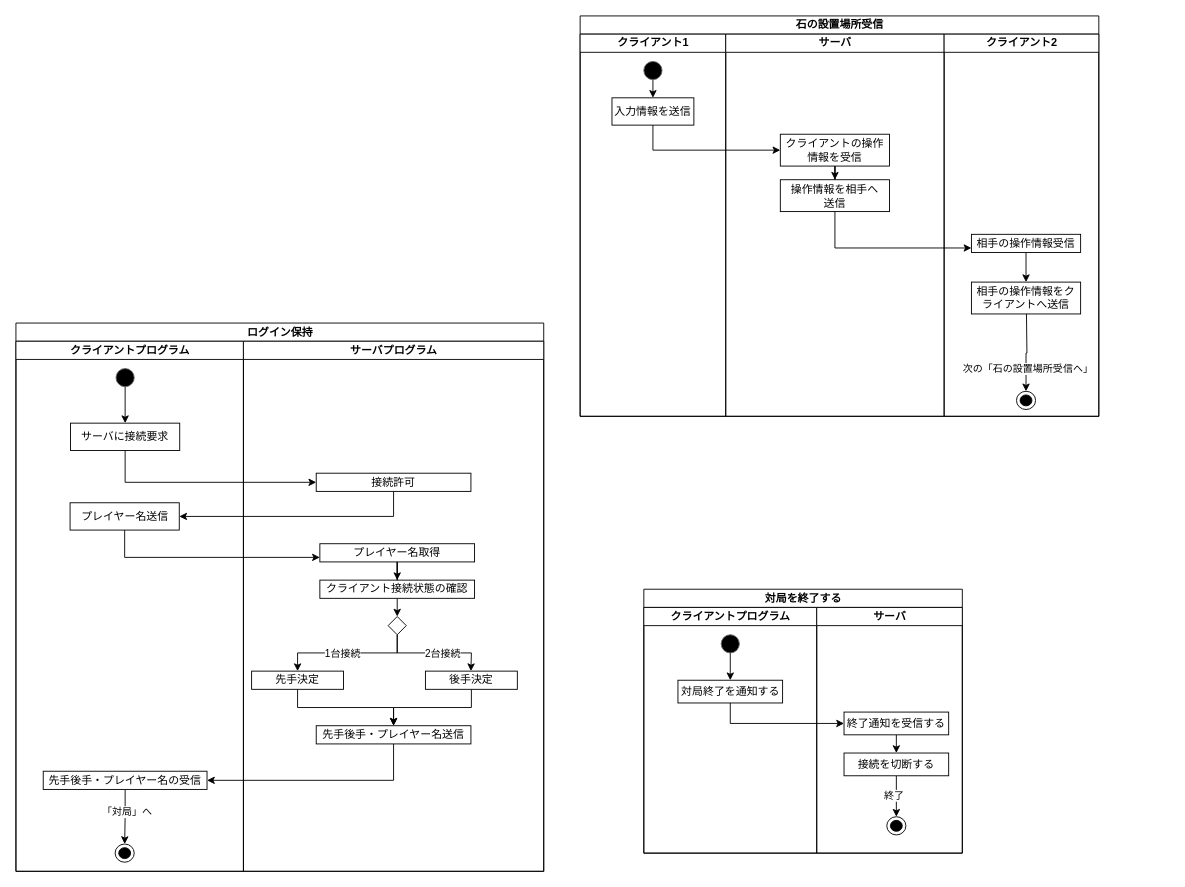
This is 要求仕様書/activity_server_tsuji.drawio from ynuOthello2025-group9/YNU_Othello, a draw.io file, before an edit. Source tidied: cells renumbered, new cells numbered last; positions are measured from the earlier drawing's top-left corner, leaving out a move shared by most shapes. Both pictures are drawn from the tidied source at 91%, with x=0, y=0 at pixel (15, 15).
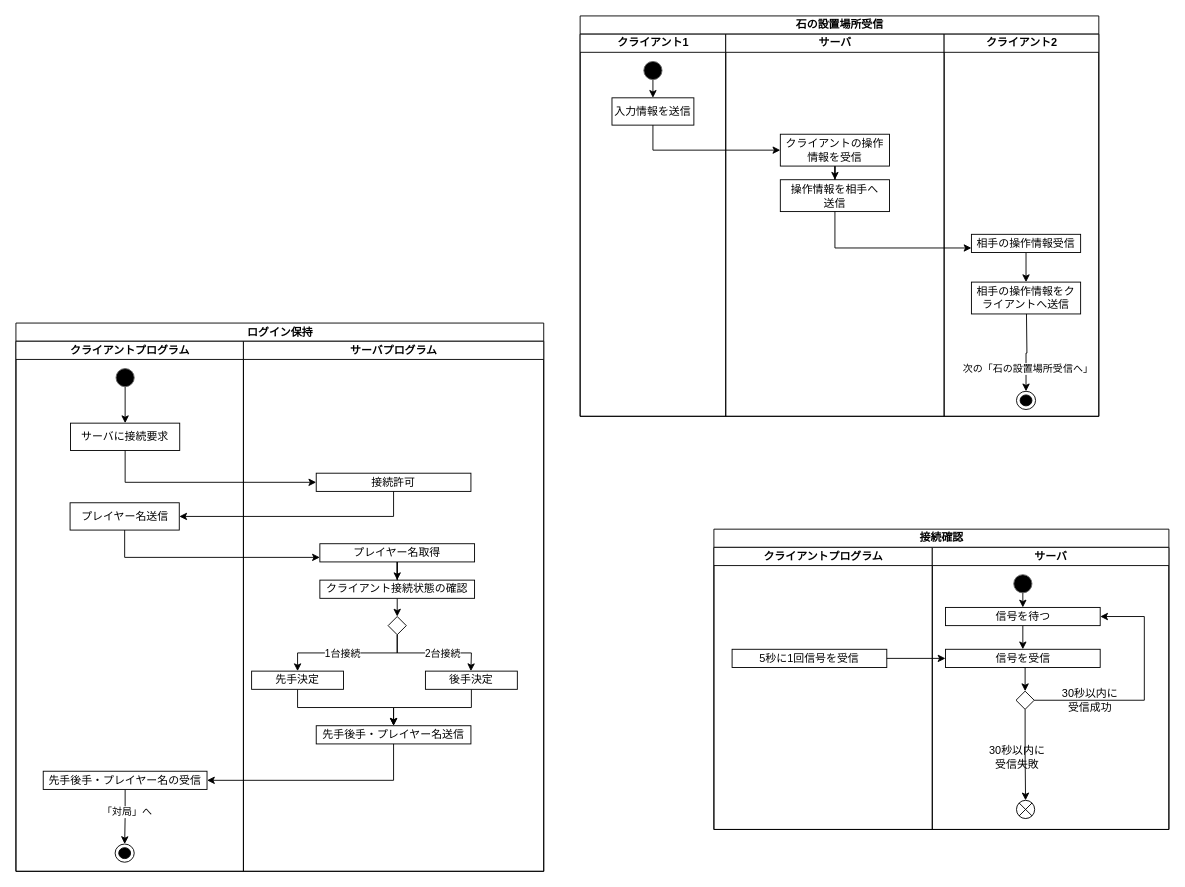
Above is the later version.

Diff of the diagram source:
```diff
@@
-    <mxCell id="50" value="対局を終了する" style="swimlane;startSize=20;html=1;" parent="1" vertex="1">
-      <mxGeometry x="690" y="630" width="350" height="290" as="geometry" />
-    </mxCell>
+    <mxCell id="63" value="接続確認" style="swimlane;startSize=20;html=1;" parent="1" vertex="1">
+      <mxGeometry x="767" y="564" width="500" height="330" as="geometry" />
+    </mxCell>
-    <mxCell id="51" value="クライアントプログラム" style="swimlane;startSize=20;html=1;" parent="50" vertex="1">
-      <mxGeometry y="20" width="190" height="270" as="geometry" />
+    <mxCell id="51" value="クライアントプログラム" style="swimlane;startSize=20;html=1;" parent="63" vertex="1">
+      <mxGeometry y="20" width="240" height="310" as="geometry" />
     </mxCell>
-    <mxCell id="52" value="対局終了を通知する" style="rounded=0;whiteSpace=wrap;html=1;" parent="51" vertex="1">
-      <mxGeometry x="37.5" y="80" width="115" height="25" as="geometry" />
-    </mxCell>
-    <mxCell id="53" style="edgeStyle=orthogonalEdgeStyle;rounded=0;jettySize=auto;html=1;exitX=0.5;exitY=1;exitDx=0;exitDy=0;entryX=0.5;entryY=0;entryDx=0;entryDy=0;" parent="51" edge="1" source="54" target="52">
-      <mxGeometry relative="1" as="geometry" />
-    </mxCell>
-    <mxCell id="54" style="ellipse;whiteSpace=wrap;html=1;fillColor=light-dark(#000000, #1a1a1a);fontColor=#333333;strokeColor=#666666;" parent="51" vertex="1">
-      <mxGeometry x="85" y="30" width="20" height="20" as="geometry" />
-    </mxCell>
-    <mxCell id="55" style="edgeStyle=orthogonalEdgeStyle;rounded=0;jettySize=auto;html=1;exitX=0.5;exitY=1;exitDx=0;exitDy=0;entryX=0;entryY=0.5;entryDx=0;entryDy=0;" parent="50" edge="1" source="52" target="58">
-      <mxGeometry relative="1" as="geometry" />
-    </mxCell>
-    <mxCell id="56" value="サーバ" style="swimlane;startSize=20;html=1;" parent="50" vertex="1">
-      <mxGeometry x="190" y="20" width="160" height="270" as="geometry" />
+    <mxCell id="56" value="サーバ" style="swimlane;startSize=20;html=1;" parent="63" vertex="1">
+      <mxGeometry x="240" y="20" width="260" height="310" as="geometry" />
     </mxCell>
-    <mxCell id="57" style="edgeStyle=orthogonalEdgeStyle;rounded=0;jettySize=auto;html=1;exitX=0.5;exitY=1;exitDx=0;exitDy=0;entryX=0.5;entryY=0;entryDx=0;entryDy=0;" parent="56" edge="1" source="58" target="62">
-      <mxGeometry relative="1" as="geometry" />
-    </mxCell>
-    <mxCell id="58" value="終了通知を受信する" style="rounded=0;whiteSpace=wrap;html=1;" parent="56" vertex="1">
-      <mxGeometry x="30" y="115" width="115" height="25" as="geometry" />
-    </mxCell>
-    <mxCell id="59" style="ellipse;html=1;shape=endState;fillColor=#000000;strokeColor=#000000;" parent="56" vertex="1">
-      <mxGeometry x="77" y="230" width="21" height="20" as="geometry" />
-    </mxCell>
-    <mxCell id="60" style="edgeStyle=orthogonalEdgeStyle;rounded=0;jettySize=auto;html=1;exitX=0.5;exitY=1;exitDx=0;exitDy=0;entryX=0.5;entryY=0;entryDx=0;entryDy=0;" parent="56" edge="1" source="62" target="59">
-      <mxGeometry relative="1" as="geometry" />
-    </mxCell>
-    <mxCell id="61" value="終了" style="edgeLabel;html=1;align=center;verticalAlign=middle;" parent="60" vertex="1">
-      <mxGeometry x="-0.06" y="-3" relative="1" as="geometry" />
-    </mxCell>
-    <mxCell id="62" value="接続を切断する" style="rounded=0;whiteSpace=wrap;html=1;" parent="56" vertex="1">
-      <mxGeometry x="30" y="160" width="115" height="25" as="geometry" />
-    </mxCell>
+    <mxCell id="64" style="edgeStyle=orthogonalEdgeStyle;rounded=0;jettySize=auto;html=1;exitX=0.5;exitY=1;exitDx=0;exitDy=0;entryX=0.5;entryY=0;entryDx=0;entryDy=0;" parent="56" edge="1" source="65" target="78">
+      <mxGeometry relative="1" as="geometry" />
+    </mxCell>
+    <mxCell id="65" style="ellipse;whiteSpace=wrap;html=1;fillColor=light-dark(#000000, #1a1a1a);fontColor=#333333;strokeColor=#666666;" parent="56" vertex="1">
+      <mxGeometry x="89.5" y="30" width="20" height="20" as="geometry" />
+    </mxCell>
+    <mxCell id="66" value="30秒以内に&lt;div&gt;受信成功&lt;/div&gt;" style="text;html=1;align=center;verticalAlign=middle;strokeColor=none;fillColor=none;" parent="56" vertex="1">
+      <mxGeometry x="133" y="148" width="80" height="40" as="geometry" />
+    </mxCell>
+    <mxCell id="67" value="5秒に1回信号を受信" style="rounded=0;whiteSpace=wrap;html=1;" parent="56" vertex="1">
+      <mxGeometry x="-220" y="112" width="170" height="20" as="geometry" />
+    </mxCell>
+    <mxCell id="68" style="edgeStyle=orthogonalEdgeStyle;rounded=0;jettySize=auto;html=1;exitX=0.5;exitY=1;exitDx=0;exitDy=0;entryX=0.5;entryY=0;entryDx=0;entryDy=0;" parent="56" edge="1" source="69" target="71">
+      <mxGeometry relative="1" as="geometry" />
+    </mxCell>
+    <mxCell id="69" value="信号を受信" style="rounded=0;whiteSpace=wrap;html=1;" parent="56" vertex="1">
+      <mxGeometry x="14.5" y="112" width="170" height="20" as="geometry" />
+    </mxCell>
+    <mxCell id="70" style="edgeStyle=orthogonalEdgeStyle;rounded=0;jettySize=auto;html=1;exitX=1;exitY=0.5;exitDx=0;exitDy=0;entryX=1;entryY=0.5;entryDx=0;entryDy=0;" parent="56" edge="1" source="71" target="78">
+      <mxGeometry relative="1" as="geometry">
+        <Array as="points">
+          <mxPoint x="233" y="168" />
+          <mxPoint x="233" y="76" />
+        </Array>
+      </mxGeometry>
+    </mxCell>
+    <mxCell id="71" style="rhombus;whiteSpace=wrap;html=1;" parent="56" vertex="1">
+      <mxGeometry x="92" y="158" width="20" height="20" as="geometry" />
+    </mxCell>
+    <mxCell id="72" value="30秒以内に&lt;div&gt;受信失敗&lt;/div&gt;" style="text;html=1;align=center;verticalAlign=middle;strokeColor=none;fillColor=none;" parent="56" vertex="1">
+      <mxGeometry x="53" y="211" width="80" height="40" as="geometry" />
+    </mxCell>
+    <mxCell id="73" style="edgeStyle=orthogonalEdgeStyle;rounded=0;jettySize=auto;html=1;exitX=0.5;exitY=1;exitDx=0;exitDy=0;entryX=0.5;entryY=0;entryDx=0;entryDy=0;" parent="56" edge="1" source="74">
+      <mxGeometry relative="1" as="geometry">
+        <mxPoint x="102" y="278" as="targetPoint" />
+      </mxGeometry>
+    </mxCell>
+    <mxCell id="74" style="verticalLabelPosition=bottom;verticalAlign=top;html=1;shape=mxgraph.flowchart.or;" parent="56" vertex="1">
+      <mxGeometry x="92.5" y="278" width="20" height="20" as="geometry" />
+    </mxCell>
+    <mxCell id="75" style="edgeStyle=orthogonalEdgeStyle;rounded=0;jettySize=auto;html=1;exitX=0.5;exitY=1;exitDx=0;exitDy=0;entryX=0.5;entryY=0;entryDx=0;entryDy=0;" parent="56" edge="1" source="71" target="74">
+      <mxGeometry relative="1" as="geometry" />
+    </mxCell>
+    <mxCell id="76" style="edgeStyle=orthogonalEdgeStyle;rounded=0;jettySize=auto;html=1;exitX=1;exitY=0.5;exitDx=0;exitDy=0;entryX=0;entryY=0.5;entryDx=0;entryDy=0;" parent="56" edge="1" source="67" target="69">
+      <mxGeometry relative="1" as="geometry" />
+    </mxCell>
+    <mxCell id="77" style="edgeStyle=orthogonalEdgeStyle;rounded=0;jettySize=auto;html=1;exitX=0.5;exitY=1;exitDx=0;exitDy=0;entryX=0.5;entryY=0;entryDx=0;entryDy=0;" parent="56" edge="1" source="78" target="69">
+      <mxGeometry relative="1" as="geometry" />
+    </mxCell>
+    <mxCell id="78" value="信号を待つ" style="rounded=0;whiteSpace=wrap;html=1;" parent="56" vertex="1">
+      <mxGeometry x="14.5" y="66" width="170" height="20" as="geometry" />
+    </mxCell>
```
